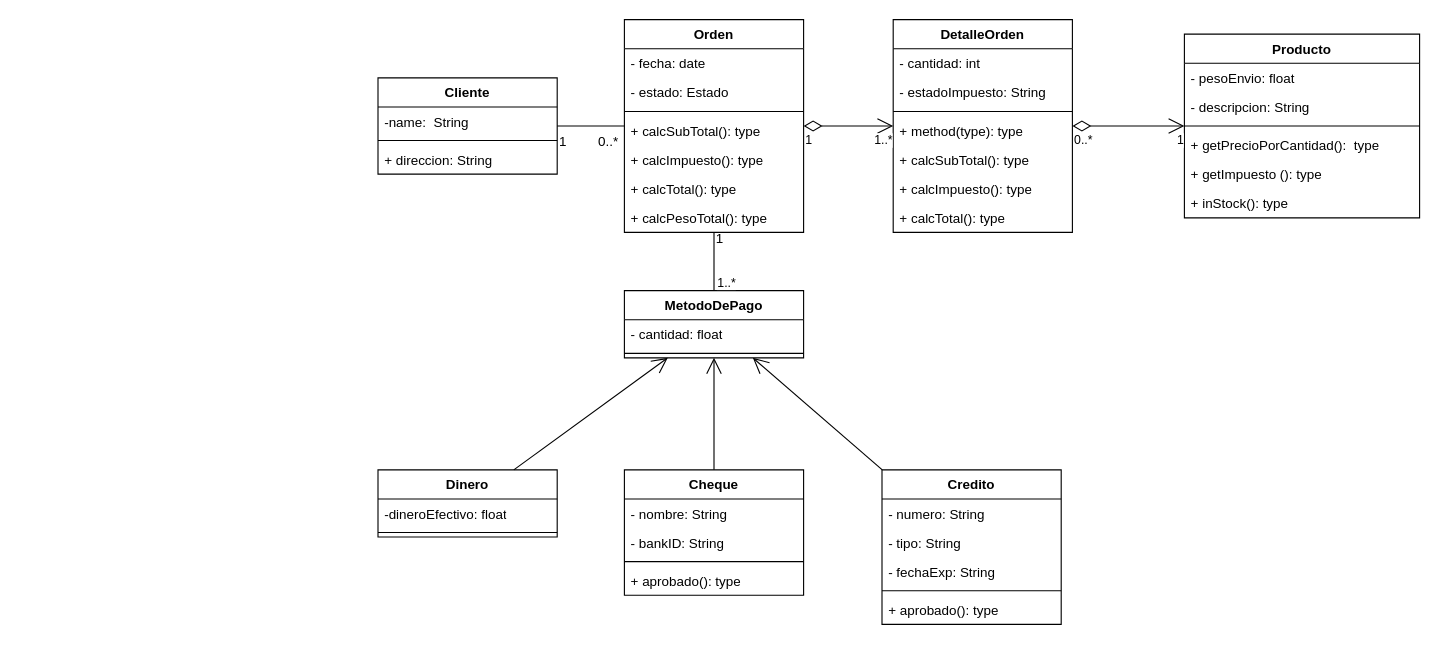
This is ModeloTienda1.drawio from JosehpCR/DiagramasUML, a draw.io file, before an edit. Source tidied: cells renumbered, new cells numbered last; positions are measured from the earlier drawing's top-left corner, leaving out a move shared by most shapes. Both pictures are drawn from the tidied source at 112%, with x=0, y=0 at pixel (377, 19).
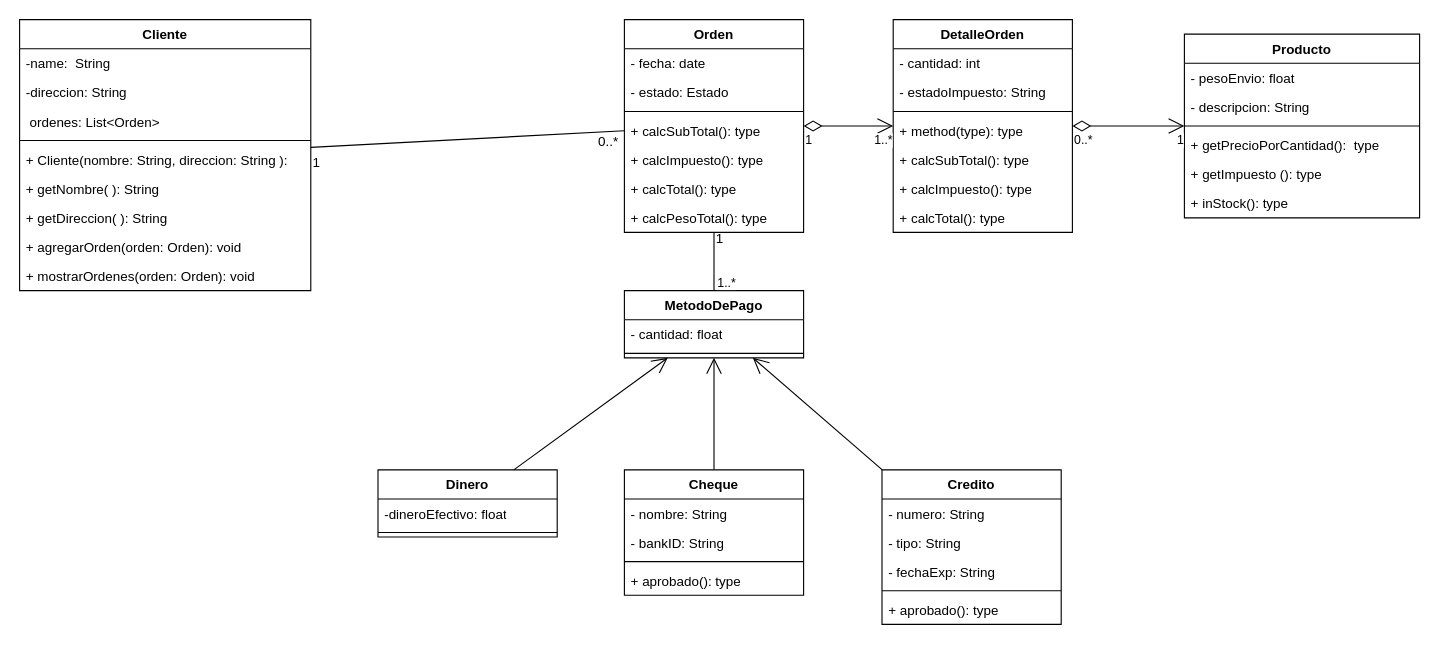
The same diagram, later.

The edit, as a diff of the source:
```diff
@@
     <mxCell id="2" value="Cliente" style="swimlane;fontStyle=1;align=center;verticalAlign=top;horizontal=1;startSize=26;whiteSpace=wrap;html=1;" parent="1" vertex="1">
-      <mxGeometry y="52" width="160" height="86" as="geometry" />
+      <mxGeometry x="-320" width="260" height="242" as="geometry" />
     </mxCell>
     <mxCell id="3" value="-name:&amp;nbsp; String" style="text;strokeColor=none;fillColor=none;align=left;verticalAlign=top;spacingLeft=4;spacingRight=4;overflow=hidden;whiteSpace=wrap;html=1;" parent="2" vertex="1">
-      <mxGeometry y="26" width="160" height="26" as="geometry" />
+      <mxGeometry y="26" width="260" height="26" as="geometry" />
     </mxCell>
+    <mxCell id="65" value="-direccion: String" style="text;strokeColor=none;fillColor=none;align=left;verticalAlign=top;spacingLeft=4;spacingRight=4;overflow=hidden;whiteSpace=wrap;html=1;" parent="2" vertex="1">
+      <mxGeometry y="52" width="260" height="26" as="geometry" />
+    </mxCell>
+    <mxCell id="66" value="&amp;nbsp;ordenes: List&amp;lt;Orden&amp;gt;" style="text;strokeColor=none;fillColor=none;align=left;verticalAlign=top;spacingLeft=4;spacingRight=4;overflow=hidden;whiteSpace=wrap;html=1;" parent="2" vertex="1">
+      <mxGeometry y="78" width="260" height="26" as="geometry" />
+    </mxCell>
     <mxCell id="4" style="line;strokeWidth=1;fillColor=none;align=left;verticalAlign=middle;spacingTop=-1;spacingLeft=3;spacingRight=3;labelPosition=right;strokeColor=inherit;" parent="2" vertex="1">
-      <mxGeometry y="52" width="160" height="8" as="geometry" />
+      <mxGeometry y="104" width="260" height="8" as="geometry" />
     </mxCell>
-    <mxCell id="5" value="+ direccion: String" style="text;strokeColor=none;fillColor=none;align=left;verticalAlign=top;spacingLeft=4;spacingRight=4;overflow=hidden;whiteSpace=wrap;html=1;" parent="2" vertex="1">
-      <mxGeometry y="60" width="160" height="26" as="geometry" />
+    <mxCell id="5" value="+ Cliente(nombre: String, direccion: String ):&amp;nbsp;" style="text;strokeColor=none;fillColor=none;align=left;verticalAlign=top;spacingLeft=4;spacingRight=4;overflow=hidden;whiteSpace=wrap;html=1;" parent="2" vertex="1">
+      <mxGeometry y="112" width="260" height="26" as="geometry" />
     </mxCell>
+    <mxCell id="67" value="+ getNombre( ): String&amp;nbsp;" style="text;strokeColor=none;fillColor=none;align=left;verticalAlign=top;spacingLeft=4;spacingRight=4;overflow=hidden;whiteSpace=wrap;html=1;" parent="2" vertex="1">
+      <mxGeometry y="138" width="260" height="26" as="geometry" />
+    </mxCell>
+    <mxCell id="68" value="+ getDireccion( ): String&amp;nbsp;" style="text;strokeColor=none;fillColor=none;align=left;verticalAlign=top;spacingLeft=4;spacingRight=4;overflow=hidden;whiteSpace=wrap;html=1;" parent="2" vertex="1">
+      <mxGeometry y="164" width="260" height="26" as="geometry" />
+    </mxCell>
+    <mxCell id="69" value="+ agregarOrden(orden: Orden): void&amp;nbsp;" style="text;strokeColor=none;fillColor=none;align=left;verticalAlign=top;spacingLeft=4;spacingRight=4;overflow=hidden;whiteSpace=wrap;html=1;" parent="2" vertex="1">
+      <mxGeometry y="190" width="260" height="26" as="geometry" />
+    </mxCell>
+    <mxCell id="70" value="+ mostrarOrdenes(orden: Orden): void&amp;nbsp;" style="text;strokeColor=none;fillColor=none;align=left;verticalAlign=top;spacingLeft=4;spacingRight=4;overflow=hidden;whiteSpace=wrap;html=1;" parent="2" vertex="1">
+      <mxGeometry y="216" width="260" height="26" as="geometry" />
+    </mxCell>
```
